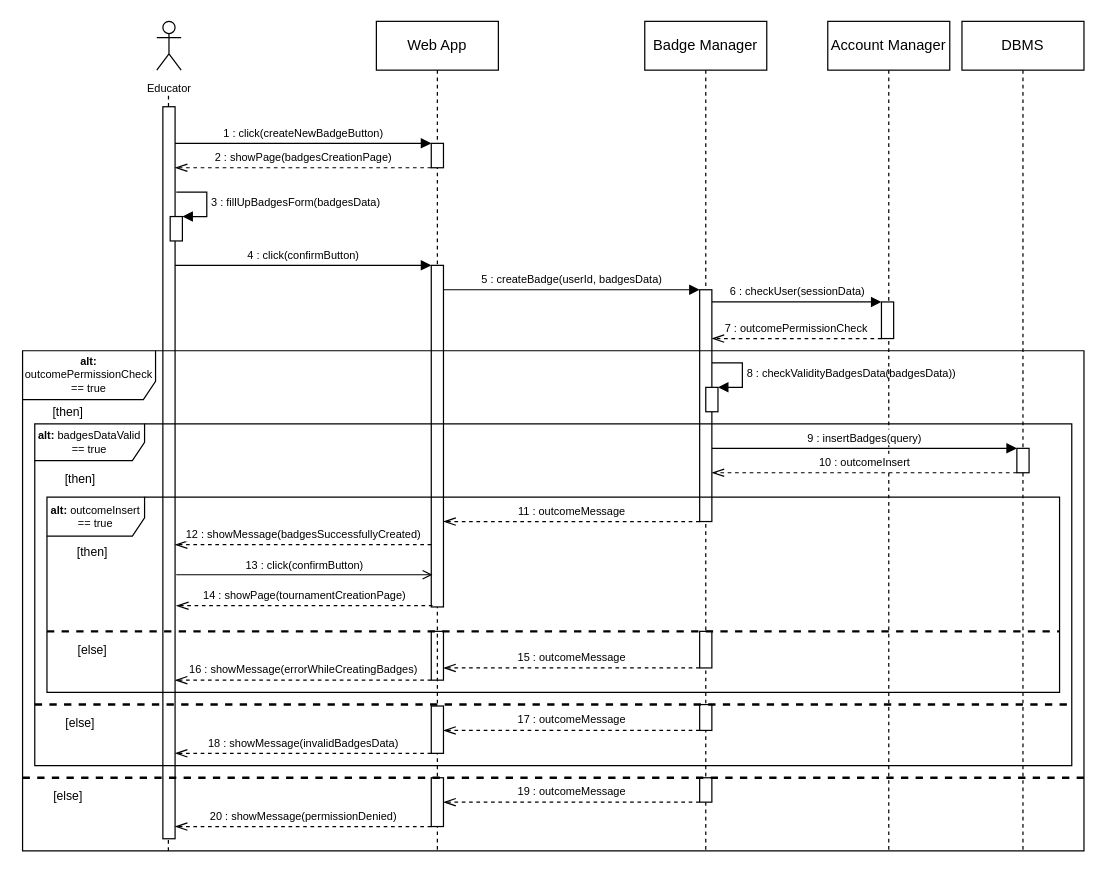
Before: DDwip/ExtraFiles/Sequence/Sequence4DD.drawio in francescospangaro/SpangaroTosettiRiccardi, a draw.io diagram. Source tidied: cells renumbered, new cells numbered last; positions are measured from the earlier drawing's top-left corner, leaving out a move shared by most shapes. Both pictures are drawn from the tidied source at 122%, with x=0, y=0 at pixel (22, 21).
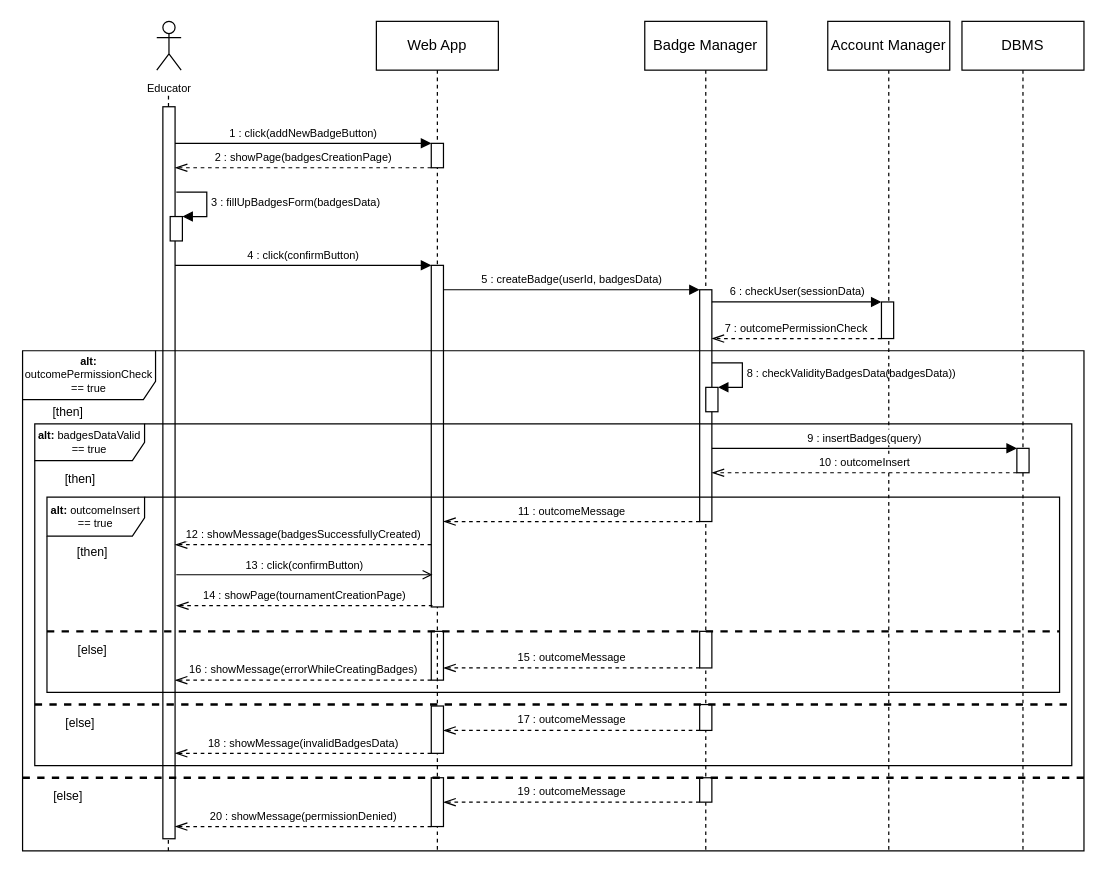
The same diagram, later.

The change refers to these unchanged cells:
```xml
<mxCell id="20" style="html=1;points=[];perimeter=orthogonalPerimeter;outlineConnect=0;targetShapes=umlLifeline;portConstraint=eastwest;newEdgeStyle={&quot;edgeStyle&quot;:&quot;elbowEdgeStyle&quot;,&quot;elbow&quot;:&quot;vertical&quot;,&quot;curved&quot;:0,&quot;rounded&quot;:0};" parent="1" vertex="1">
  <mxGeometry x="115" y="70" width="10" height="600" as="geometry" />
</mxCell>
```

Diff of the diagram source:
```diff
@@
-    <mxCell id="21" value="&lt;font style=&quot;font-size: 9px;&quot;&gt;1 : click(createNewBadgeButton)&lt;/font&gt;" style="html=1;verticalAlign=bottom;endArrow=block;edgeStyle=elbowEdgeStyle;elbow=vertical;curved=0;rounded=0;" parent="1" edge="1" source="20">
+    <mxCell id="21" value="&lt;font style=&quot;font-size: 9px;&quot;&gt;1 : click(addNewBadgeButton)&lt;/font&gt;" style="html=1;verticalAlign=bottom;endArrow=block;edgeStyle=elbowEdgeStyle;elbow=vertical;curved=0;rounded=0;" parent="1" edge="1" source="20">
       <mxGeometry relative="1" as="geometry">
         <mxPoint x="335" y="100" as="targetPoint" />
         <Array as="points">
           <mxPoint x="230" y="100" />
         </Array>
       </mxGeometry>
     </mxCell>
```
